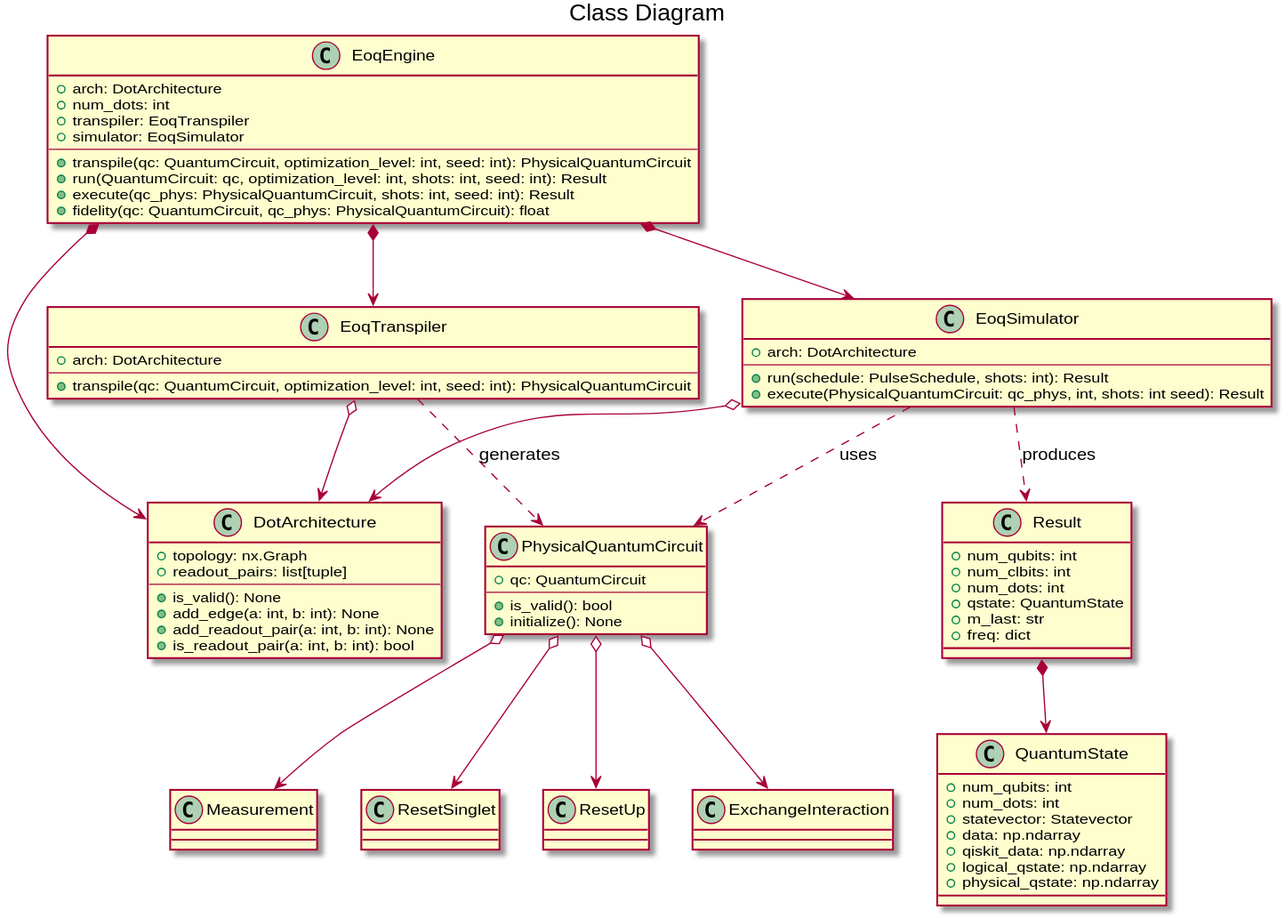
The PlantUML diagram uml/class.svg in samn33/eoqrid, before a commit.
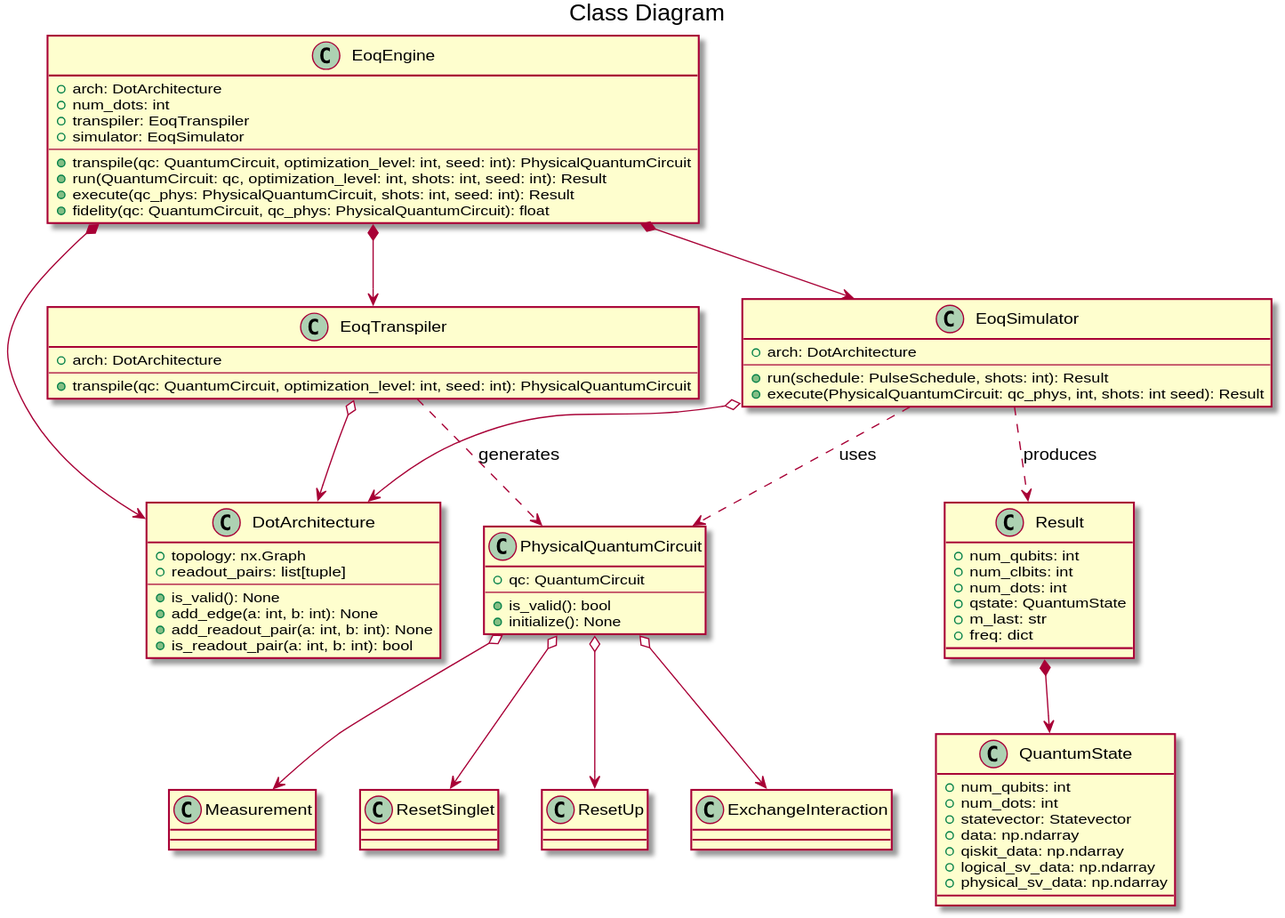
The same diagram one commit later.

What changed in the source:
```diff
@@ -90,8 +90,8 @@
   + statevector: Statevector
   + data: np.ndarray
   + qiskit_data: np.ndarray
-  + logical_qstate: np.ndarray
-  + physical_qstate: np.ndarray
+  + logical_sv_data: np.ndarray
+  + physical_sv_data: np.ndarray
 }
 
 @enduml
```
